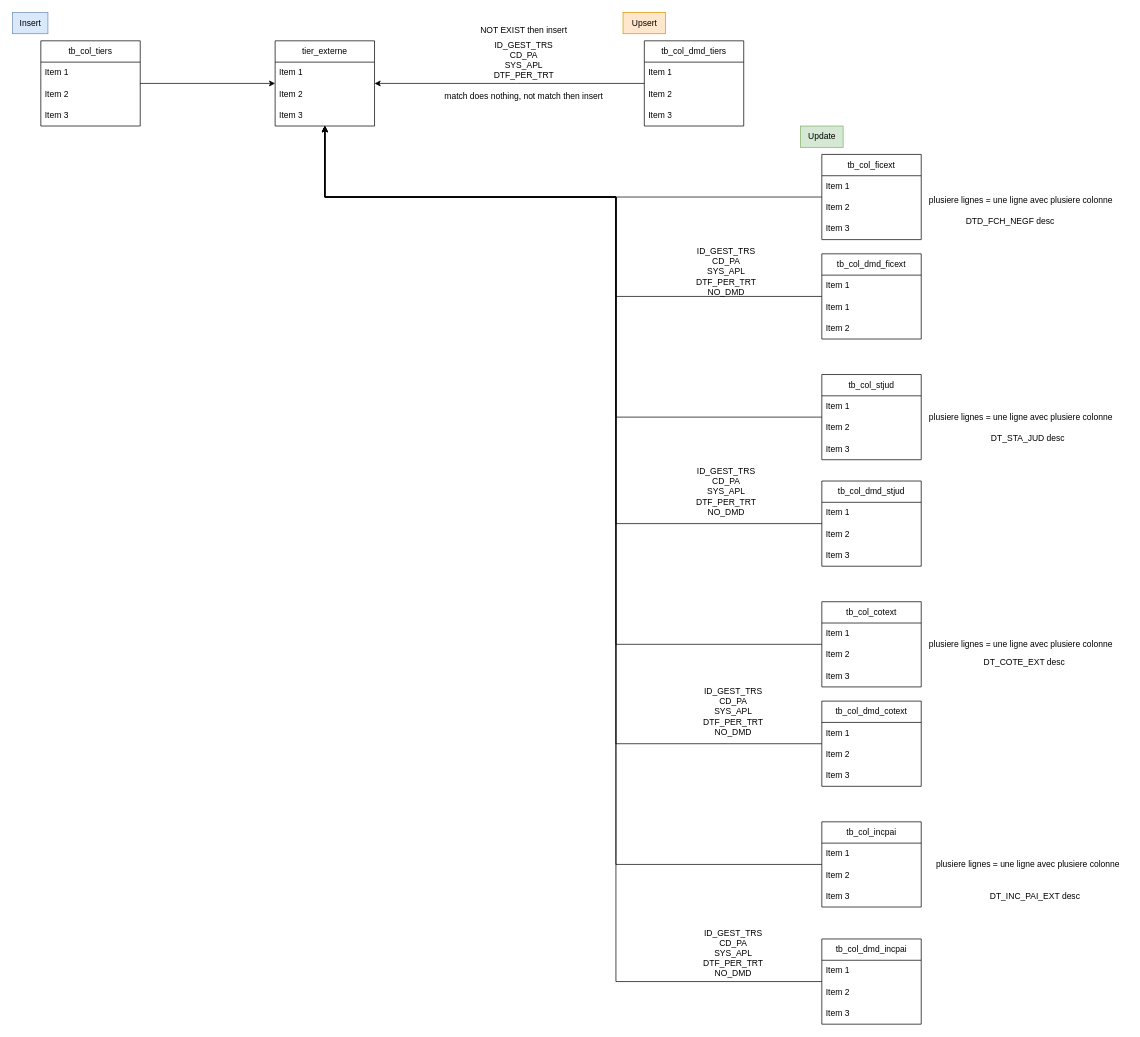
Before: page "tiers_externe" (4 of 5) of schema_laurent.drawio in wunyu/drawio, a draw.io diagram. Source tidied: cells renumbered, new cells numbered last; positions are measured from the earlier drawing's top-left corner, leaving out a move shared by most shapes. Both pictures are drawn from the tidied source at 71%, with x=0, y=0 at pixel (12, 12).
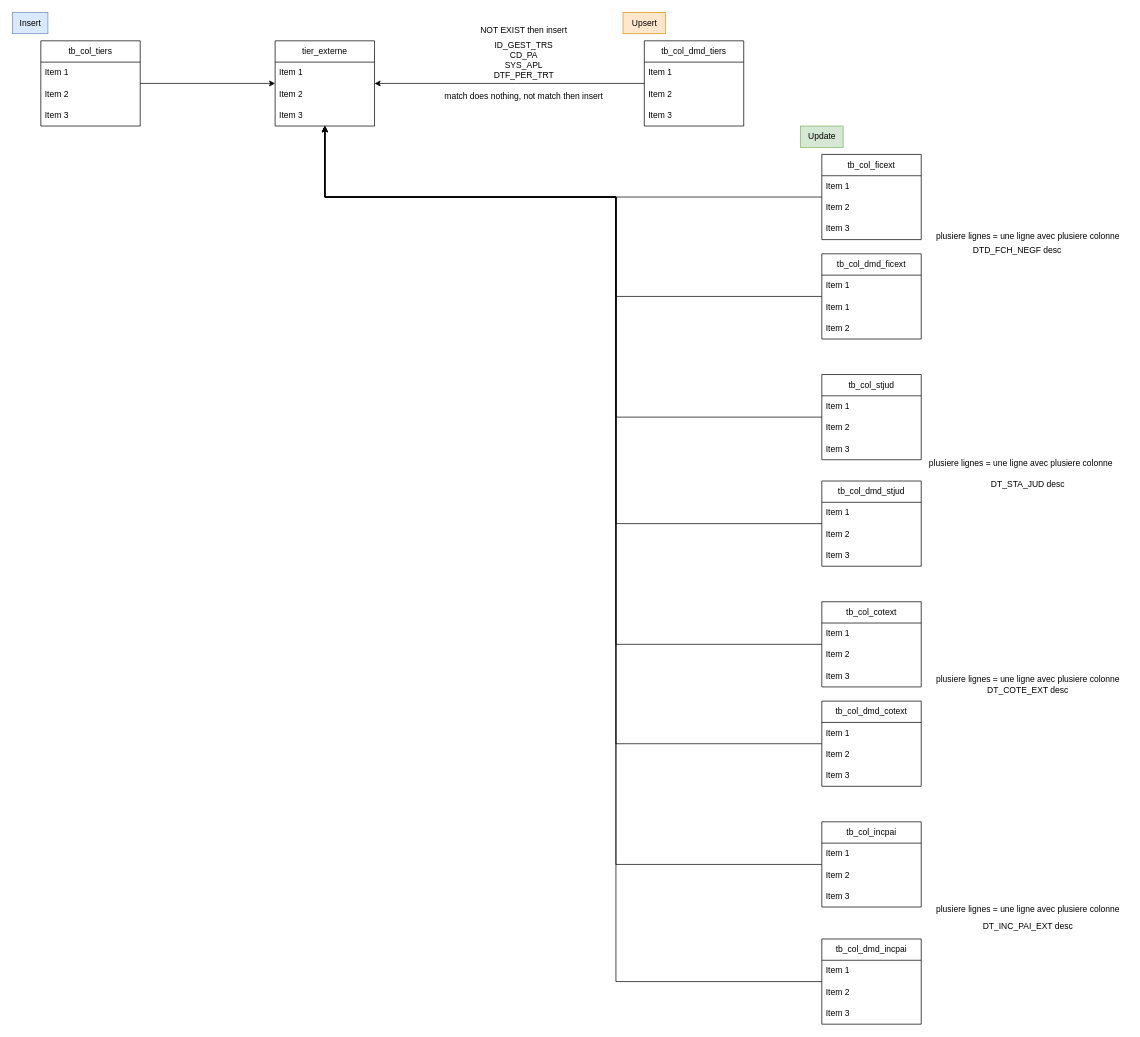
The same page after the edit.

What changed in the source:
```diff
@@
     <mxCell id="57" value="plusiere lignes = une ligne avec plusiere colonne" style="text;html=1;align=center;verticalAlign=middle;strokeColor=none;fillColor=none;" parent="1" vertex="1">
-      <mxGeometry x="1280" y="875" width="280" height="30" as="geometry" />
+      <mxGeometry x="1290" y="925" width="280" height="30" as="geometry" />
     </mxCell>
     <mxCell id="58" value="plusiere lignes = une ligne avec plusiere colonne" style="text;html=1;align=center;verticalAlign=middle;strokeColor=none;fillColor=none;" parent="1" vertex="1">
-      <mxGeometry x="1280" y="250" width="280" height="30" as="geometry" />
+      <mxGeometry x="1290" y="300" width="280" height="30" as="geometry" />
     </mxCell>
     <mxCell id="59" value="plusiere lignes = une ligne avec plusiere colonne" style="text;html=1;align=center;verticalAlign=middle;strokeColor=none;fillColor=none;" parent="1" vertex="1">
-      <mxGeometry x="1280" y="555" width="280" height="30" as="geometry" />
+      <mxGeometry x="1280" y="620" width="280" height="30" as="geometry" />
     </mxCell>
     <mxCell id="60" value="plusiere lignes = une ligne avec plusiere colonne" style="text;html=1;align=center;verticalAlign=middle;strokeColor=none;fillColor=none;" parent="1" vertex="1">
-      <mxGeometry x="1290" y="1185" width="280" height="30" as="geometry" />
+      <mxGeometry x="1290" y="1248" width="280" height="30" as="geometry" />
     </mxCell>
-    <mxCell id="61" value="ID_GEST_TRS&lt;div&gt;CD_PA&lt;/div&gt;&lt;div&gt;SYS_APL&lt;/div&gt;&lt;div&gt;DTF_PER_TRT&lt;/div&gt;&lt;div&gt;NO_DMD&lt;/div&gt;" style="text;html=1;align=center;verticalAlign=middle;strokeColor=none;fillColor=none;" parent="1" vertex="1">
-      <mxGeometry x="950" y="320" width="110" height="90" as="geometry" />
-    </mxCell>
-    <mxCell id="62" value="ID_GEST_TRS&lt;div&gt;CD_PA&lt;/div&gt;&lt;div&gt;SYS_APL&lt;/div&gt;&lt;div&gt;DTF_PER_TRT&lt;/div&gt;&lt;div&gt;NO_DMD&lt;/div&gt;" style="text;html=1;align=center;verticalAlign=middle;strokeColor=none;fillColor=none;" parent="1" vertex="1">
-      <mxGeometry x="960" y="940" width="110" height="90" as="geometry" />
-    </mxCell>
-    <mxCell id="63" value="ID_GEST_TRS&lt;div&gt;CD_PA&lt;/div&gt;&lt;div&gt;SYS_APL&lt;/div&gt;&lt;div&gt;DTF_PER_TRT&lt;/div&gt;&lt;div&gt;NO_DMD&lt;/div&gt;" style="text;html=1;align=center;verticalAlign=middle;strokeColor=none;fillColor=none;" parent="1" vertex="1">
-      <mxGeometry x="960" y="1280" width="110" height="90" as="geometry" />
-    </mxCell>
@@
-    <mxCell id="69" value="ID_GEST_TRS&lt;div&gt;CD_PA&lt;/div&gt;&lt;div&gt;SYS_APL&lt;/div&gt;&lt;div&gt;DTF_PER_TRT&lt;/div&gt;&lt;div&gt;NO_DMD&lt;/div&gt;" style="text;html=1;align=center;verticalAlign=middle;strokeColor=none;fillColor=none;" parent="1" vertex="1">
-      <mxGeometry x="950" y="630" width="110" height="90" as="geometry" />
-    </mxCell>
     <mxCell id="70" value="DTD_FCH_NEGF desc" style="text;html=1;align=center;verticalAlign=middle;strokeColor=none;fillColor=none;" parent="1" vertex="1">
-      <mxGeometry x="1330" y="280" width="150" height="30" as="geometry" />
+      <mxGeometry x="1340" y="320" width="150" height="30" as="geometry" />
     </mxCell>
     <mxCell id="71" value="DT_STA_JUD desc" style="text;html=1;align=center;verticalAlign=middle;strokeColor=none;fillColor=none;" parent="1" vertex="1">
-      <mxGeometry x="1365" y="585" width="130" height="30" as="geometry" />
+      <mxGeometry x="1365" y="650" width="130" height="30" as="geometry" />
     </mxCell>
     <mxCell id="72" value="DT_INC_PAI_EXT desc" style="text;html=1;align=center;verticalAlign=middle;strokeColor=none;fillColor=none;" parent="1" vertex="1">
-      <mxGeometry x="1365" y="1230" width="150" height="30" as="geometry" />
+      <mxGeometry x="1355" y="1273" width="150" height="30" as="geometry" />
     </mxCell>
     <mxCell id="73" value="DT_COTE_EXT desc" style="text;html=1;align=center;verticalAlign=middle;strokeColor=none;fillColor=none;" parent="1" vertex="1">
-      <mxGeometry x="1355" y="900" width="140" height="30" as="geometry" />
+      <mxGeometry x="1360" y="940" width="140" height="30" as="geometry" />
     </mxCell>
```
